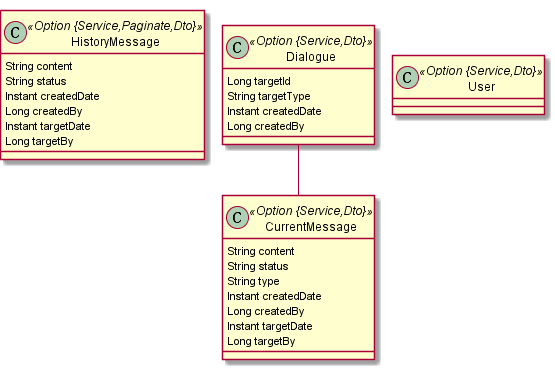
This is docs/jdl/im.png from dongyanghe/eikesi, a PlantUML export, as it was before one commit.
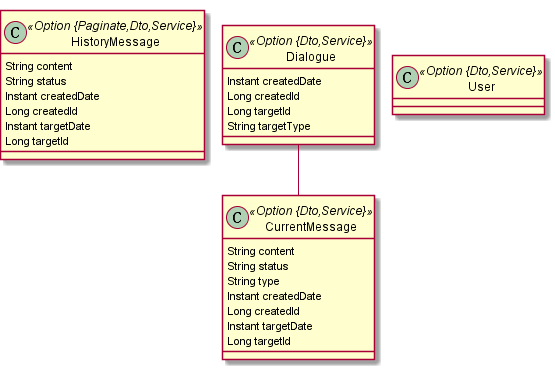
The same diagram one commit later.

Change to the diagram source:
```diff
@@ -1,30 +1,30 @@
 @startuml
 	!pragma graphviz_dot jdot
 	!pragma syntax class
-	class HistoryMessage <<Option {Service,Paginate,Dto}>> {
+	class HistoryMessage <<Option {Paginate,Dto,Service}>> {
 		String content
 		String status
 		Instant createdDate
-		Long createdBy
+		Long createdId
 		Instant targetDate
-		Long targetBy
+		Long targetId
 	}
-	class CurrentMessage <<Option {Service,Dto}>> {
+	class CurrentMessage <<Option {Dto,Service}>> {
 		String content
 		String status
 		String type
 		Instant createdDate
-		Long createdBy
+		Long createdId
 		Instant targetDate
-		Long targetBy
+		Long targetId
 	}
-	class Dialogue <<Option {Service,Dto}>> {
+	class Dialogue <<Option {Dto,Service}>> {
+		Instant createdDate
+		Long createdId
 		Long targetId
 		String targetType
-		Instant createdDate
-		Long createdBy
 	}
 	Dialogue  "currentMessage(createdDate) 0..1 " --o "dialogue(targetId) 0..* "  CurrentMessage
-	class User <<Option {Service,Dto}>> {
+	class User <<Option {Dto,Service}>> {
 	}
 @enduml
```
